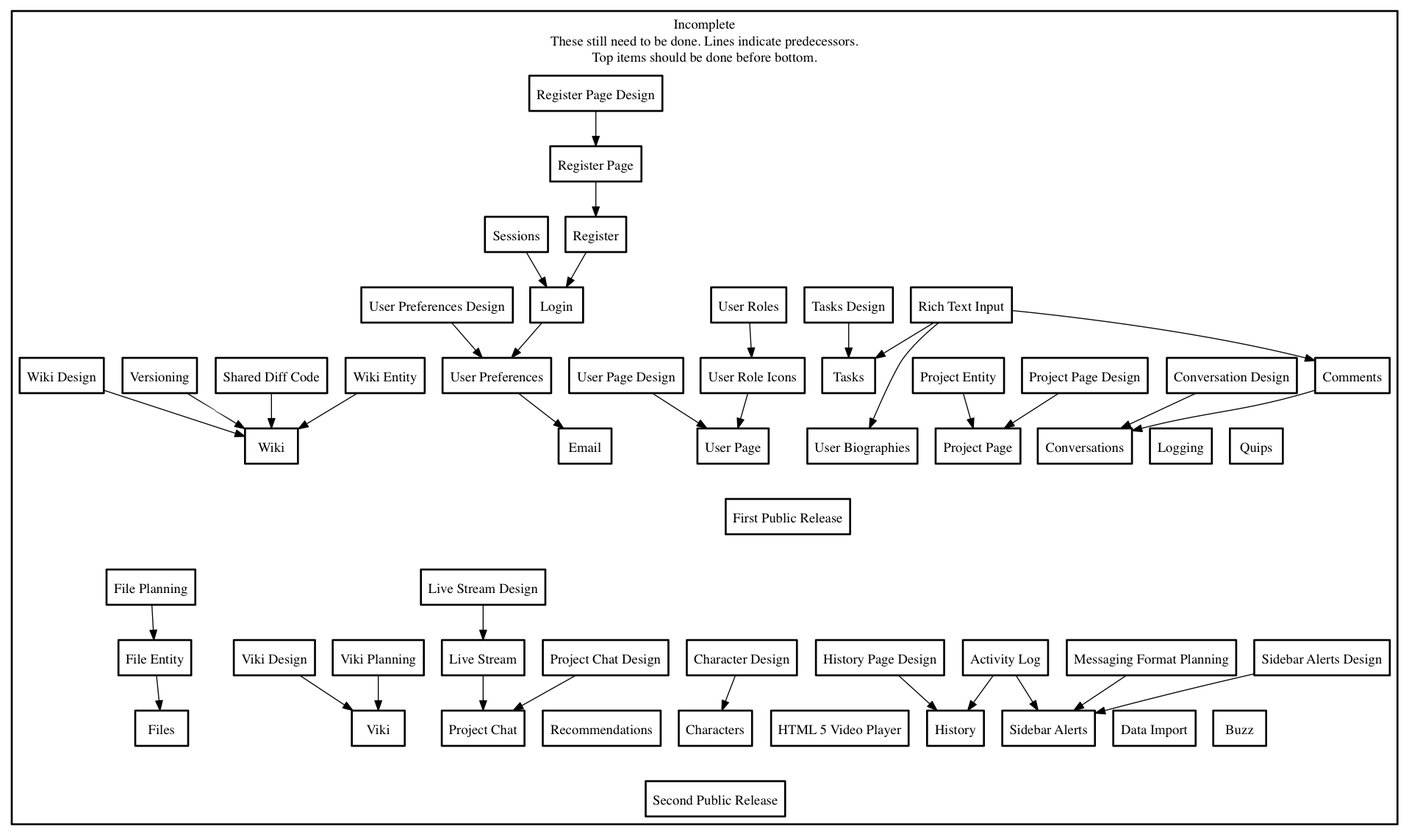
The Graphviz diagram needed.png in negativeview/Velour-1.5, before a commit. Its source is kept beside it as needed.dot.
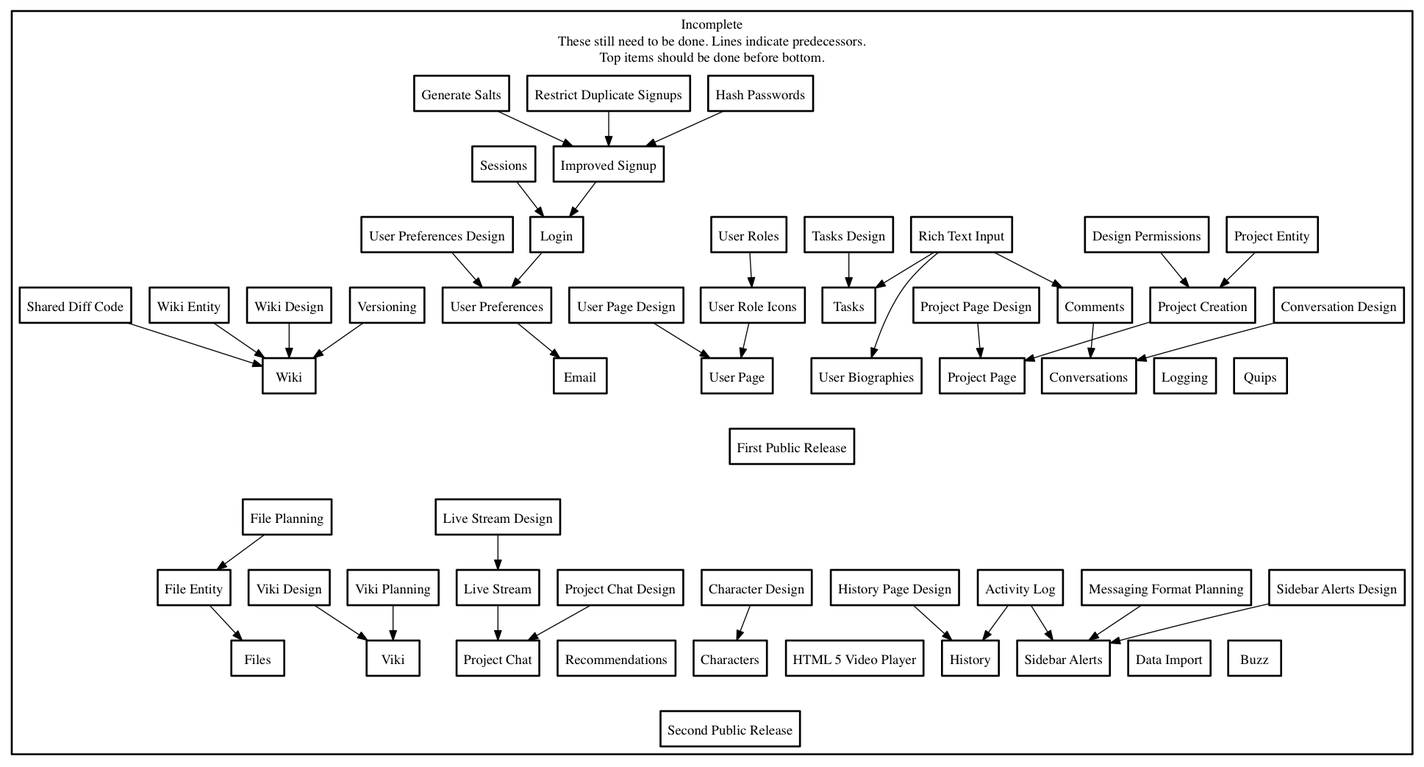
After the change.

The edit, as a diff of the source:
```diff
@@ -21,6 +21,7 @@
         comments [ label = "Comments"];
         conversation_design [ label = "Conversation Design" ];
         conversations [ label = "Conversations" ];
+        design_permissions [ label = "Design Permissions" ];
         diff_code [ label="Shared Diff Code"];
         email [ label="Email" ];
         file_entity [ label="File Entity" ];
@@ -30,20 +31,22 @@
         history_design [ label = "History Page Design" ];
         history_tool [ label="History" ];
         html5_video [ label="HTML 5 Video Player" ];
+        improved_signup [ label = "Improved Signup" ];
         live_stream_design [ label = "Live Stream Design" ];
         live_stream [ label="Live Stream" ];
         logging [ label="Logging" ];
         login [ label = "Login" ];
+        password_hashing [ label = "Hash Passwords" ];
         project_chat_design [ label = "Project Chat Design" ];
         project_chat [ label="Project Chat" ];
+        project_creation [ label = "Project Creation" ];
         project_entity [ label="Project Entity" ];
         project_page [ label = "Project Page" ];
         project_page_design [ label = "Project Page Design" ];
         recommendations [ label = "Recommendations" ];
-        register_page_design [ label = "Register Page Design" ];
-        register_page [ label="Register Page" ];
-        register [ label = "Register" ];
+        restrict_duplicates [ label = "Restrict Duplicate Signups" ];
         rich_text [ label = "Rich Text Input" ];
+        salt_generation [ label = "Generate Salts" ];
         sessions [ label="Sessions" ];
         sidebar_alerts_design [ label = "Sidebar Alerts Design" ];
         sidebar_alerts [ label="Sidebar Alerts" ];
@@ -95,21 +98,24 @@
     character_design->characters;
     comments->conversations;
     conversation_design->conversations;
+    design_permissions->project_creation;
     file_entity->files;
     file_planning->file_entity;
     history_design->history_tool;
+    improved_signup->login;
     live_stream_design->live_stream;
     live_stream->project_chat;
     login->user_preferences;
+    password_hashing->improved_signup;
+    project_creation->project_page;
     project_chat_design->project_chat;
-    project_entity->project_page;
+    project_entity->project_creation;
     project_page_design->project_page;
-    register_page_design->register_page;
-    register_page->register;
-    register->login;
+    restrict_duplicates->improved_signup;
     rich_text->comments;
     rich_text->tasks;
     rich_text->biographies;
+    salt_generation->improved_signup;
     sessions->login;
     sidebar_alerts_design->sidebar_alerts;
     task_design->tasks;
```
